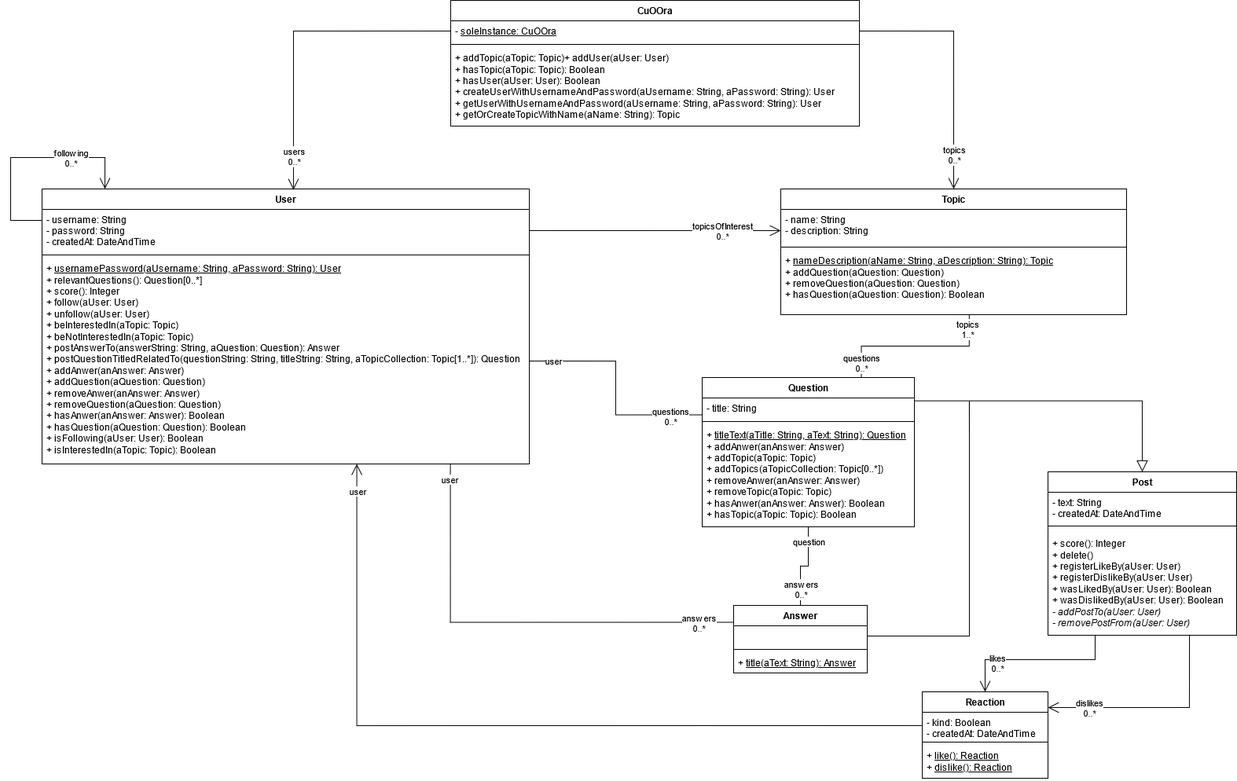
Above: model-uml.png in sufficientname/oo2-cuoora (draw.io), before the change. Source tidied: cells renumbered, new cells last; positions are measured from the earlier drawing's top-left corner, leaving out a move shared by most shapes. The source it was exported from:
```xml
<mxGraphModel>
  <root>
    <mxCell id="0" />
    <mxCell id="1" parent="0" />
    <mxCell id="2" value="CuOOra" style="swimlane;fontStyle=1;align=center;verticalAlign=top;horizontal=1;startSize=26;html=1;" parent="1" vertex="1">
      <mxGeometry x="560" width="520" height="160" as="geometry" />
    </mxCell>
    <mxCell id="3" value="- &lt;u&gt;soleInstance: CuOOra&lt;/u&gt;" style="text;strokeColor=none;fillColor=none;align=left;verticalAlign=top;spacingLeft=4;spacingRight=4;overflow=hidden;points=[[0,0.5],[1,0.5]];portConstraint=eastwest;html=1;" parent="2" vertex="1">
      <mxGeometry y="26" width="520" height="26" as="geometry" />
    </mxCell>
    <mxCell id="4" style="line;strokeWidth=1;fillColor=none;align=left;verticalAlign=middle;spacingTop=-1;spacingLeft=3;spacingRight=3;labelPosition=right;" parent="2" vertex="1">
      <mxGeometry y="52" width="520" height="8" as="geometry" />
    </mxCell>
    <mxCell id="5" value="&lt;div&gt;+ addTopic(aTopic: Topic)+ addUser(aUser: User)&lt;/div&gt;+ hasTopic(aTopic: Topic): Boolean&lt;br&gt;+ hasUser(aUser: User): Boolean&lt;br&gt;+ createUserWithUsernameAndPassword(aUsername: String, aPassword: String): User&lt;br&gt;+ getUserWithUsernameAndPassword(aUsername: String, aPassword: String): User&lt;br&gt;+ getOrCreateTopicWithName(aName: String): Topic&lt;br&gt;&lt;br&gt;&lt;br&gt;&lt;br&gt;" style="text;strokeColor=none;fillColor=none;align=left;verticalAlign=top;spacingLeft=4;spacingRight=4;overflow=hidden;html=1;" parent="2" vertex="1">
      <mxGeometry y="60" width="520" height="100" as="geometry" />
    </mxCell>
    <mxCell id="6" value="User" style="swimlane;fontStyle=1;align=center;verticalAlign=top;horizontal=1;startSize=26;html=1;" parent="1" vertex="1">
      <mxGeometry x="40" y="240" width="620" height="350" as="geometry" />
    </mxCell>
    <mxCell id="7" value="- username: String&#10;- password: String&#10;- createdAt: DateAndTime&#10;&#10;" style="text;strokeColor=none;fillColor=none;align=left;verticalAlign=top;spacingLeft=4;spacingRight=4;overflow=hidden;points=[[0,0.5],[1,0.5]];portConstraint=eastwest;" parent="6" vertex="1">
      <mxGeometry y="26" width="620" height="54" as="geometry" />
    </mxCell>
    <mxCell id="8" style="line;strokeWidth=1;fillColor=none;align=left;verticalAlign=middle;spacingTop=-1;spacingLeft=3;spacingRight=3;labelPosition=right;" parent="6" vertex="1">
      <mxGeometry y="80" width="620" height="8" as="geometry" />
    </mxCell>
    <mxCell id="9" value="&lt;div&gt;+ &lt;u&gt;usernamePassword(aUsername: String, aPassword: String): User&lt;/u&gt;&lt;br&gt;&lt;/div&gt;+ relevantQuestions(): Question[0..*]&lt;div&gt;+ score(): Integer&lt;/div&gt;&lt;div&gt;+ follow(aUser: User)&lt;/div&gt;&lt;div&gt;+ unfollow(aUser: User)&lt;/div&gt;&lt;div&gt;&lt;div&gt;+ beInterestedIn(aTopic: Topic)&lt;/div&gt;&lt;div&gt;+ beNotInterestedIn(aTopic: Topic)&lt;/div&gt;&lt;div&gt;+ postAnswerTo(answerString: String, aQuestion: Question): Answer&lt;/div&gt;&lt;div&gt;&lt;div&gt;+ postQuestionTitledRelatedTo(questionString: String, titleString: String, aTopicCollection: Topic[1..*]): Question&lt;/div&gt;&lt;/div&gt;&lt;/div&gt;&lt;div&gt;+ addAnwer(anAnswer: Answer)&lt;/div&gt;&lt;div&gt;+ addQuestion(aQuestion: Question)&lt;/div&gt;&lt;div&gt;+ removeAnwer(anAnswer: Answer)&lt;/div&gt;&lt;div&gt;+ removeQuestion(aQuestion: Question)&lt;/div&gt;&lt;div&gt;&lt;div&gt;+ hasAnwer(anAnswer: Answer): Boolean&lt;br&gt;&lt;/div&gt;&lt;div&gt;+ hasQuestion(aQuestion: Question): Boolean&lt;/div&gt;+ isFollowing(aUser: User): Boolean&lt;br&gt;+ isInterestedIn(aTopic: Topic): Boolean&lt;br&gt;&lt;/div&gt;" style="text;strokeColor=none;fillColor=none;align=left;verticalAlign=top;spacingLeft=4;spacingRight=4;overflow=hidden;points=[[0,0.5],[1,0.5]];portConstraint=eastwest;html=1;" parent="6" vertex="1">
      <mxGeometry y="88" width="620" height="262" as="geometry" />
    </mxCell>
    <mxCell id="10" style="edgeStyle=orthogonalEdgeStyle;rounded=0;jettySize=auto;html=1;endArrow=open;endFill=0;endSize=12;" parent="6" edge="1" source="7" target="6">
      <mxGeometry relative="1" as="geometry">
        <Array as="points">
          <mxPoint x="-40" y="40" />
          <mxPoint x="-40" y="-40" />
          <mxPoint x="80" y="-40" />
        </Array>
      </mxGeometry>
    </mxCell>
    <mxCell id="11" value="&lt;div&gt;following&lt;/div&gt;&lt;div&gt;0..*&lt;br&gt;&lt;/div&gt;" style="edgeLabel;html=1;align=center;verticalAlign=middle;" parent="10" vertex="1">
      <mxGeometry x="0.51" relative="1" as="geometry">
        <mxPoint x="-14" as="offset" />
      </mxGeometry>
    </mxCell>
    <mxCell id="12" style="edgeStyle=orthogonalEdgeStyle;rounded=0;jettySize=auto;html=1;exitX=0;exitY=0.5;exitDx=0;exitDy=0;entryX=0.516;entryY=0.003;entryDx=0;entryDy=0;endArrow=open;endFill=0;endSize=12;entryPerimeter=0;" parent="1" edge="1" source="3" target="6">
      <mxGeometry relative="1" as="geometry">
        <Array as="points">
          <mxPoint x="360" y="39" />
        </Array>
      </mxGeometry>
    </mxCell>
    <mxCell id="13" value="&lt;div&gt;users&lt;/div&gt;&lt;div&gt;0..*&lt;br&gt;&lt;/div&gt;" style="edgeLabel;html=1;align=center;verticalAlign=middle;" parent="12" vertex="1">
      <mxGeometry x="0.73" relative="1" as="geometry">
        <mxPoint y="11" as="offset" />
      </mxGeometry>
    </mxCell>
    <mxCell id="14" value="Topic" style="swimlane;fontStyle=1;align=center;verticalAlign=top;horizontal=1;startSize=26;html=1;" parent="1" vertex="1">
      <mxGeometry x="980" y="240" width="440" height="160" as="geometry" />
    </mxCell>
    <mxCell id="15" value="- name: String&#10;- description: String&#10;" style="text;strokeColor=none;fillColor=none;align=left;verticalAlign=top;spacingLeft=4;spacingRight=4;overflow=hidden;points=[[0,0.5],[1,0.5]];portConstraint=eastwest;" parent="14" vertex="1">
      <mxGeometry y="26" width="440" height="44" as="geometry" />
    </mxCell>
    <mxCell id="16" style="line;strokeWidth=1;fillColor=none;align=left;verticalAlign=middle;spacingTop=-1;spacingLeft=3;spacingRight=3;labelPosition=right;" parent="14" vertex="1">
      <mxGeometry y="70" width="440" height="8" as="geometry" />
    </mxCell>
    <mxCell id="17" value="+ &lt;u&gt;nameDescription(aName: String, aDescription: String): Topic&lt;/u&gt;&lt;br&gt;+ addQuestion(aQuestion: Question)&lt;br&gt;+ removeQuestion(aQuestion: Question)&lt;br&gt;+ hasQuestion(aQuestion: Question): Boolean" style="text;strokeColor=none;fillColor=none;align=left;verticalAlign=top;spacingLeft=4;spacingRight=4;overflow=hidden;points=[[0,0.5],[1,0.5]];portConstraint=eastwest;html=1;" parent="14" vertex="1">
      <mxGeometry y="78" width="440" height="82" as="geometry" />
    </mxCell>
    <mxCell id="18" style="edgeStyle=orthogonalEdgeStyle;rounded=0;jettySize=auto;html=1;exitX=1;exitY=0.5;exitDx=0;exitDy=0;endArrow=open;endFill=0;endSize=12;entryX=0;entryY=0.614;entryDx=0;entryDy=0;entryPerimeter=0;" parent="1" edge="1" source="7" target="15">
      <mxGeometry relative="1" as="geometry" />
    </mxCell>
    <mxCell id="19" value="&lt;div&gt;topicsOfInterest&lt;/div&gt;&lt;div&gt;0..*&lt;br&gt;&lt;/div&gt;" style="edgeLabel;html=1;align=center;verticalAlign=middle;" parent="18" vertex="1">
      <mxGeometry x="0.6" y="1" relative="1" as="geometry">
        <mxPoint x="-10" y="1" as="offset" />
      </mxGeometry>
    </mxCell>
    <mxCell id="20" style="edgeStyle=orthogonalEdgeStyle;rounded=0;jettySize=auto;html=1;exitX=0.25;exitY=1;exitDx=0;exitDy=0;entryX=0.5;entryY=0;entryDx=0;entryDy=0;endArrow=open;endFill=0;endSize=12;" parent="1" edge="1" source="24" target="52">
      <mxGeometry relative="1" as="geometry" />
    </mxCell>
    <mxCell id="21" value="&lt;div&gt;likes&lt;/div&gt;&lt;div&gt;0..*&lt;br&gt;&lt;/div&gt;" style="edgeLabel;html=1;align=center;verticalAlign=middle;" parent="20" vertex="1">
      <mxGeometry x="0.76" relative="1" as="geometry">
        <mxPoint x="15" y="-12" as="offset" />
      </mxGeometry>
    </mxCell>
    <mxCell id="22" style="edgeStyle=orthogonalEdgeStyle;rounded=0;jettySize=auto;html=1;exitX=0.75;exitY=1;exitDx=0;exitDy=0;entryX=1;entryY=0.182;entryDx=0;entryDy=0;entryPerimeter=0;endArrow=open;endFill=0;endSize=12;" parent="1" edge="1" source="24" target="52">
      <mxGeometry relative="1" as="geometry" />
    </mxCell>
    <mxCell id="23" value="&lt;div&gt;dislikes&lt;/div&gt;&lt;div&gt;0..*&lt;br&gt;&lt;/div&gt;" style="edgeLabel;html=1;align=center;verticalAlign=middle;" parent="22" vertex="1">
      <mxGeometry x="0.62" relative="1" as="geometry" />
    </mxCell>
    <mxCell id="24" value="Post" style="swimlane;fontStyle=1;align=center;verticalAlign=top;horizontal=1;startSize=26;html=1;" parent="1" vertex="1">
      <mxGeometry x="1320" y="600" width="240" height="208" as="geometry" />
    </mxCell>
    <mxCell id="25" value="- text: String&#10;- createdAt: DateAndTime&#10;" style="text;strokeColor=none;fillColor=none;align=left;verticalAlign=top;spacingLeft=4;spacingRight=4;overflow=hidden;" parent="24" vertex="1">
      <mxGeometry y="26" width="240" height="34" as="geometry" />
    </mxCell>
    <mxCell id="26" style="line;strokeWidth=1;fillColor=none;align=left;verticalAlign=middle;spacingTop=-1;spacingLeft=3;spacingRight=3;labelPosition=right;" parent="24" vertex="1">
      <mxGeometry y="60" width="240" height="18" as="geometry" />
    </mxCell>
    <mxCell id="27" value="&lt;div&gt;+ score(): Integer&lt;/div&gt;&lt;div&gt;+ delete()&lt;br&gt;&lt;/div&gt;&lt;div&gt;+ registerLikeBy(aUser: User)&lt;/div&gt;&lt;div&gt;+ registerDislikeBy(aUser: User)&lt;/div&gt;&lt;div&gt;+ wasLikedBy(aUser: User): Boolean&lt;/div&gt;&lt;div&gt;+ wasDislikedBy(aUser: User): Boolean&lt;/div&gt;&lt;div&gt;&lt;i&gt;- addPostTo(aUser: User)&lt;/i&gt;&lt;/div&gt;&lt;div&gt;&lt;i&gt;- removePostFrom(aUser: User)&lt;/i&gt;&lt;/div&gt;" style="text;strokeColor=none;fillColor=none;align=left;verticalAlign=top;spacingLeft=4;spacingRight=4;overflow=hidden;html=1;" parent="24" vertex="1">
      <mxGeometry y="78" width="240" height="130" as="geometry" />
    </mxCell>
    <mxCell id="28" style="edgeStyle=orthogonalEdgeStyle;rounded=0;jettySize=auto;html=1;exitX=0;exitY=0.25;exitDx=0;exitDy=0;entryX=0.838;entryY=1;entryDx=0;entryDy=0;entryPerimeter=0;endArrow=none;endFill=0;endSize=12;" parent="1" edge="1" source="31" target="9">
      <mxGeometry relative="1" as="geometry" />
    </mxCell>
    <mxCell id="29" value="user" style="edgeLabel;html=1;align=center;verticalAlign=middle;" parent="28" vertex="1">
      <mxGeometry x="0.93" y="1" relative="1" as="geometry" />
    </mxCell>
    <mxCell id="30" value="&lt;div&gt;answers&lt;/div&gt;&lt;div&gt;0..*&lt;br&gt;&lt;/div&gt;" style="edgeLabel;html=1;align=center;verticalAlign=middle;" parent="28" vertex="1">
      <mxGeometry x="-0.84" relative="1" as="geometry">
        <mxPoint y="1" as="offset" />
      </mxGeometry>
    </mxCell>
    <mxCell id="31" value="Answer" style="swimlane;fontStyle=1;align=center;verticalAlign=top;horizontal=1;startSize=26;html=1;" parent="1" vertex="1">
      <mxGeometry x="920" y="770" width="170" height="86" as="geometry" />
    </mxCell>
    <mxCell id="32" value="&#10;" style="text;strokeColor=none;fillColor=none;align=left;verticalAlign=top;spacingLeft=4;spacingRight=4;overflow=hidden;points=[[0,0.5],[1,0.5]];portConstraint=eastwest;" parent="31" vertex="1">
      <mxGeometry y="26" width="170" height="26" as="geometry" />
    </mxCell>
    <mxCell id="33" style="line;strokeWidth=1;fillColor=none;align=left;verticalAlign=middle;spacingTop=-1;spacingLeft=3;spacingRight=3;labelPosition=right;" parent="31" vertex="1">
      <mxGeometry y="52" width="170" height="8" as="geometry" />
    </mxCell>
    <mxCell id="34" value="+ &lt;u&gt;title(aText: String): Answer&lt;/u&gt;" style="text;strokeColor=none;fillColor=none;align=left;verticalAlign=top;spacingLeft=4;spacingRight=4;overflow=hidden;html=1;" parent="31" vertex="1">
      <mxGeometry y="60" width="170" height="26" as="geometry" />
    </mxCell>
    <mxCell id="35" style="edgeStyle=orthogonalEdgeStyle;rounded=0;jettySize=auto;html=1;exitX=0.75;exitY=0;exitDx=0;exitDy=0;entryX=0.545;entryY=1.004;entryDx=0;entryDy=0;entryPerimeter=0;endArrow=none;endFill=0;endSize=12;" parent="1" edge="1" source="38" target="17">
      <mxGeometry relative="1" as="geometry" />
    </mxCell>
    <mxCell id="36" value="&lt;div&gt;topics&lt;/div&gt;&lt;div&gt;1..*&lt;br&gt;&lt;/div&gt;" style="edgeLabel;html=1;align=center;verticalAlign=middle;" parent="35" vertex="1">
      <mxGeometry x="0.85" y="-1" relative="1" as="geometry">
        <mxPoint x="-3" y="1" as="offset" />
      </mxGeometry>
    </mxCell>
    <mxCell id="37" value="&lt;div&gt;questions&lt;/div&gt;&lt;div&gt;0..*&lt;br&gt;&lt;/div&gt;" style="edgeLabel;html=1;align=center;verticalAlign=middle;" parent="35" vertex="1">
      <mxGeometry x="-0.81" y="-1" relative="1" as="geometry">
        <mxPoint x="-1" y="3" as="offset" />
      </mxGeometry>
    </mxCell>
    <mxCell id="38" value="Question" style="swimlane;fontStyle=1;align=center;verticalAlign=top;horizontal=1;startSize=26;html=1;" parent="1" vertex="1">
      <mxGeometry x="880" y="480" width="270" height="190" as="geometry" />
    </mxCell>
    <mxCell id="39" value="- title: String" style="text;strokeColor=none;fillColor=none;align=left;verticalAlign=top;spacingLeft=4;spacingRight=4;overflow=hidden;points=[[0,0.5],[1,0.5]];portConstraint=eastwest;" parent="38" vertex="1">
      <mxGeometry y="26" width="270" height="26" as="geometry" />
    </mxCell>
    <mxCell id="40" style="line;strokeWidth=1;fillColor=none;align=left;verticalAlign=middle;spacingTop=-1;spacingLeft=3;spacingRight=3;labelPosition=right;" parent="38" vertex="1">
      <mxGeometry y="52" width="270" height="8" as="geometry" />
    </mxCell>
    <mxCell id="41" value="&lt;div&gt;+ &lt;u&gt;titleText(aTitle: String, aText: String): Question&lt;/u&gt;&lt;br&gt;&lt;/div&gt;&lt;div&gt;+ addAnwer(anAnswer: Answer)&lt;/div&gt;+ addTopic(aTopic: Topic)&lt;br&gt;+ addTopics(aTopicCollection: Topic[0..*])&lt;br&gt;+ removeAnwer(anAnswer: Answer)&lt;br&gt;&lt;div&gt;+ removeTopic(aTopic: Topic)&lt;/div&gt;&lt;div&gt;+ hasAnwer(anAnswer: Answer): Boolean&lt;/div&gt;+ hasTopic(aTopic: Topic): Boolean" style="text;strokeColor=none;fillColor=none;align=left;verticalAlign=top;spacingLeft=4;spacingRight=4;overflow=hidden;points=[[0,0.5],[1,0.5]];portConstraint=eastwest;html=1;" parent="38" vertex="1">
      <mxGeometry y="60" width="270" height="130" as="geometry" />
    </mxCell>
    <mxCell id="42" style="edgeStyle=orthogonalEdgeStyle;rounded=0;jettySize=auto;html=1;exitX=0.5;exitY=1;exitDx=0;exitDy=0;entryX=0.5;entryY=0;entryDx=0;entryDy=0;endArrow=none;endFill=0;endSize=12;exitPerimeter=0;" parent="1" edge="1" source="41" target="31">
      <mxGeometry relative="1" as="geometry" />
    </mxCell>
    <mxCell id="43" value="question" style="edgeLabel;html=1;align=center;verticalAlign=middle;" parent="42" vertex="1">
      <mxGeometry x="-0.89" relative="1" as="geometry">
        <mxPoint y="13" as="offset" />
      </mxGeometry>
    </mxCell>
    <mxCell id="44" value="&lt;div&gt;answers&lt;/div&gt;&lt;div&gt;0..*&lt;br&gt;&lt;/div&gt;" style="edgeLabel;html=1;align=center;verticalAlign=middle;" parent="42" vertex="1">
      <mxGeometry x="0.62" y="-1" relative="1" as="geometry">
        <mxPoint x="1" as="offset" />
      </mxGeometry>
    </mxCell>
    <mxCell id="45" style="edgeStyle=orthogonalEdgeStyle;rounded=0;jettySize=auto;html=1;exitX=1.001;exitY=0.141;exitDx=0;exitDy=0;entryX=0.5;entryY=0;entryDx=0;entryDy=0;endArrow=block;endFill=0;endSize=12;exitPerimeter=0;" parent="1" edge="1" source="39" target="24">
      <mxGeometry relative="1" as="geometry">
        <Array as="points">
          <mxPoint x="1440" y="510" />
        </Array>
      </mxGeometry>
    </mxCell>
    <mxCell id="46" style="edgeStyle=orthogonalEdgeStyle;rounded=0;jettySize=auto;html=1;exitX=1;exitY=0.5;exitDx=0;exitDy=0;endArrow=none;endFill=0;endSize=12;" parent="1" edge="1" source="32">
      <mxGeometry relative="1" as="geometry">
        <mxPoint x="1220" y="550" as="targetPoint" />
        <Array as="points">
          <mxPoint x="1220" y="809" />
          <mxPoint x="1220" y="510" />
        </Array>
      </mxGeometry>
    </mxCell>
    <mxCell id="47" style="edgeStyle=orthogonalEdgeStyle;rounded=0;jettySize=auto;html=1;exitX=1;exitY=0.5;exitDx=0;exitDy=0;entryX=0;entryY=0.25;entryDx=0;entryDy=0;endArrow=none;endFill=0;endSize=12;" parent="1" edge="1" source="9" target="38">
      <mxGeometry relative="1" as="geometry" />
    </mxCell>
    <mxCell id="48" value="user" style="edgeLabel;html=1;align=center;verticalAlign=middle;" parent="47" vertex="1">
      <mxGeometry x="-0.87" y="1" relative="1" as="geometry">
        <mxPoint x="12" as="offset" />
      </mxGeometry>
    </mxCell>
    <mxCell id="49" value="&lt;div&gt;questions&lt;/div&gt;&lt;div&gt;0..*&lt;br&gt;&lt;/div&gt;" style="edgeLabel;html=1;align=center;verticalAlign=middle;" parent="47" vertex="1">
      <mxGeometry x="0.74" y="-2" relative="1" as="geometry">
        <mxPoint x="-4" as="offset" />
      </mxGeometry>
    </mxCell>
    <mxCell id="50" style="edgeStyle=orthogonalEdgeStyle;rounded=0;jettySize=auto;html=1;exitX=1;exitY=0.5;exitDx=0;exitDy=0;entryX=0.5;entryY=0;entryDx=0;entryDy=0;endArrow=open;endFill=0;endSize=12;" parent="1" edge="1" source="3" target="14">
      <mxGeometry relative="1" as="geometry" />
    </mxCell>
    <mxCell id="51" value="&lt;div&gt;topics&lt;/div&gt;&lt;div&gt;0..*&lt;br&gt;&lt;/div&gt;" style="edgeLabel;html=1;align=center;verticalAlign=middle;" parent="50" vertex="1">
      <mxGeometry x="0.67" relative="1" as="geometry">
        <mxPoint y="9" as="offset" />
      </mxGeometry>
    </mxCell>
    <mxCell id="52" value="Reaction" style="swimlane;fontStyle=1;align=center;verticalAlign=top;horizontal=1;startSize=26;html=1;" parent="1" vertex="1">
      <mxGeometry x="1160" y="880" width="160" height="110" as="geometry" />
    </mxCell>
    <mxCell id="53" value="- kind: Boolean&#10;- createdAt: DateAndTime&#10;" style="text;strokeColor=none;fillColor=none;align=left;verticalAlign=top;spacingLeft=4;spacingRight=4;overflow=hidden;points=[[0,0.5],[1,0.5]];portConstraint=eastwest;" parent="52" vertex="1">
      <mxGeometry y="26" width="160" height="34" as="geometry" />
    </mxCell>
    <mxCell id="54" style="line;strokeWidth=1;fillColor=none;align=left;verticalAlign=middle;spacingTop=-1;spacingLeft=3;spacingRight=3;labelPosition=right;" parent="52" vertex="1">
      <mxGeometry y="60" width="160" height="8" as="geometry" />
    </mxCell>
    <mxCell id="55" value="&lt;div&gt;+ &lt;u&gt;like(): Reaction&lt;br&gt;&lt;/u&gt;&lt;/div&gt;&lt;div&gt;+ &lt;u&gt;dislike(): Reaction&lt;/u&gt;&lt;br&gt;&lt;u&gt;&lt;/u&gt;&lt;/div&gt;" style="text;strokeColor=none;fillColor=none;align=left;verticalAlign=top;spacingLeft=4;spacingRight=4;overflow=hidden;html=1;" parent="52" vertex="1">
      <mxGeometry y="68" width="160" height="42" as="geometry" />
    </mxCell>
    <mxCell id="56" style="edgeStyle=orthogonalEdgeStyle;rounded=0;jettySize=auto;html=1;exitX=0;exitY=0.5;exitDx=0;exitDy=0;entryX=0.646;entryY=1;entryDx=0;entryDy=0;entryPerimeter=0;endArrow=open;endFill=0;endSize=12;" parent="1" edge="1" source="53" target="9">
      <mxGeometry relative="1" as="geometry" />
    </mxCell>
    <mxCell id="57" value="user" style="edgeLabel;html=1;align=center;verticalAlign=middle;" parent="56" vertex="1">
      <mxGeometry x="0.93" y="-1" relative="1" as="geometry" />
    </mxCell>
  </root>
</mxGraphModel>
```
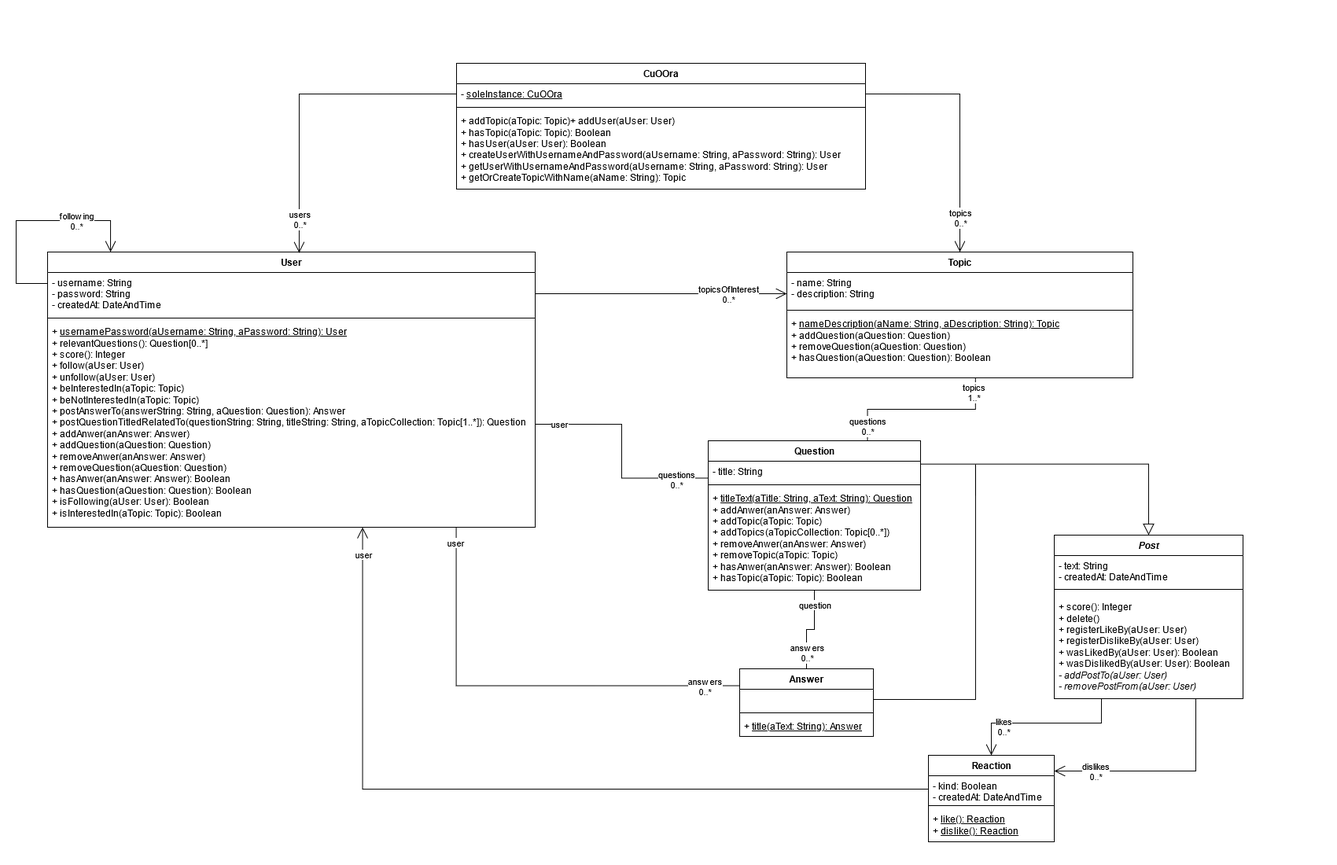
Later version of the same file.

Commit message:
arreglo clase Abstracta

Change to the diagram source:
```diff
@@ -86,7 +86,7 @@
     <mxCell id="23" value="&lt;div&gt;dislikes&lt;/div&gt;&lt;div&gt;0..*&lt;br&gt;&lt;/div&gt;" style="edgeLabel;html=1;align=center;verticalAlign=middle;" parent="22" vertex="1">
       <mxGeometry x="0.62" relative="1" as="geometry" />
     </mxCell>
-    <mxCell id="24" value="Post" style="swimlane;fontStyle=1;align=center;verticalAlign=top;horizontal=1;startSize=26;html=1;" parent="1" vertex="1">
+    <mxCell id="24" value="&lt;i&gt;Post&lt;/i&gt;" style="swimlane;fontStyle=1;align=center;verticalAlign=top;horizontal=1;startSize=26;html=1;" parent="1" vertex="1">
       <mxGeometry x="1320" y="600" width="240" height="208" as="geometry" />
     </mxCell>
     <mxCell id="25" value="- text: String&#10;- createdAt: DateAndTime&#10;" style="text;strokeColor=none;fillColor=none;align=left;verticalAlign=top;spacingLeft=4;spacingRight=4;overflow=hidden;" parent="24" vertex="1">
```
